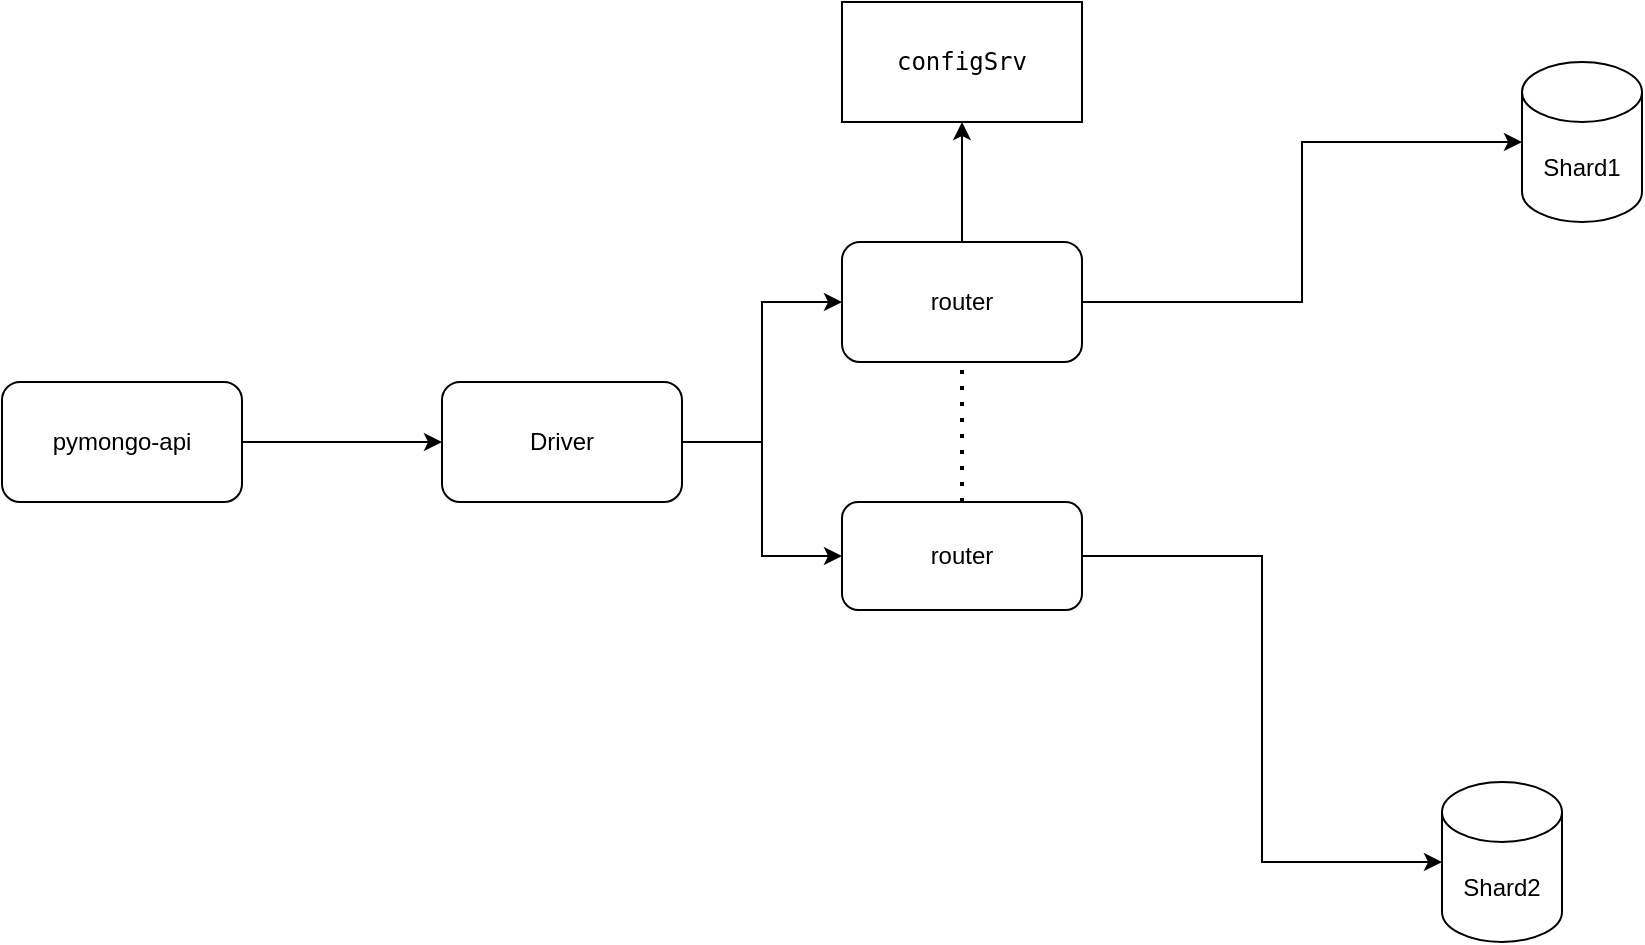
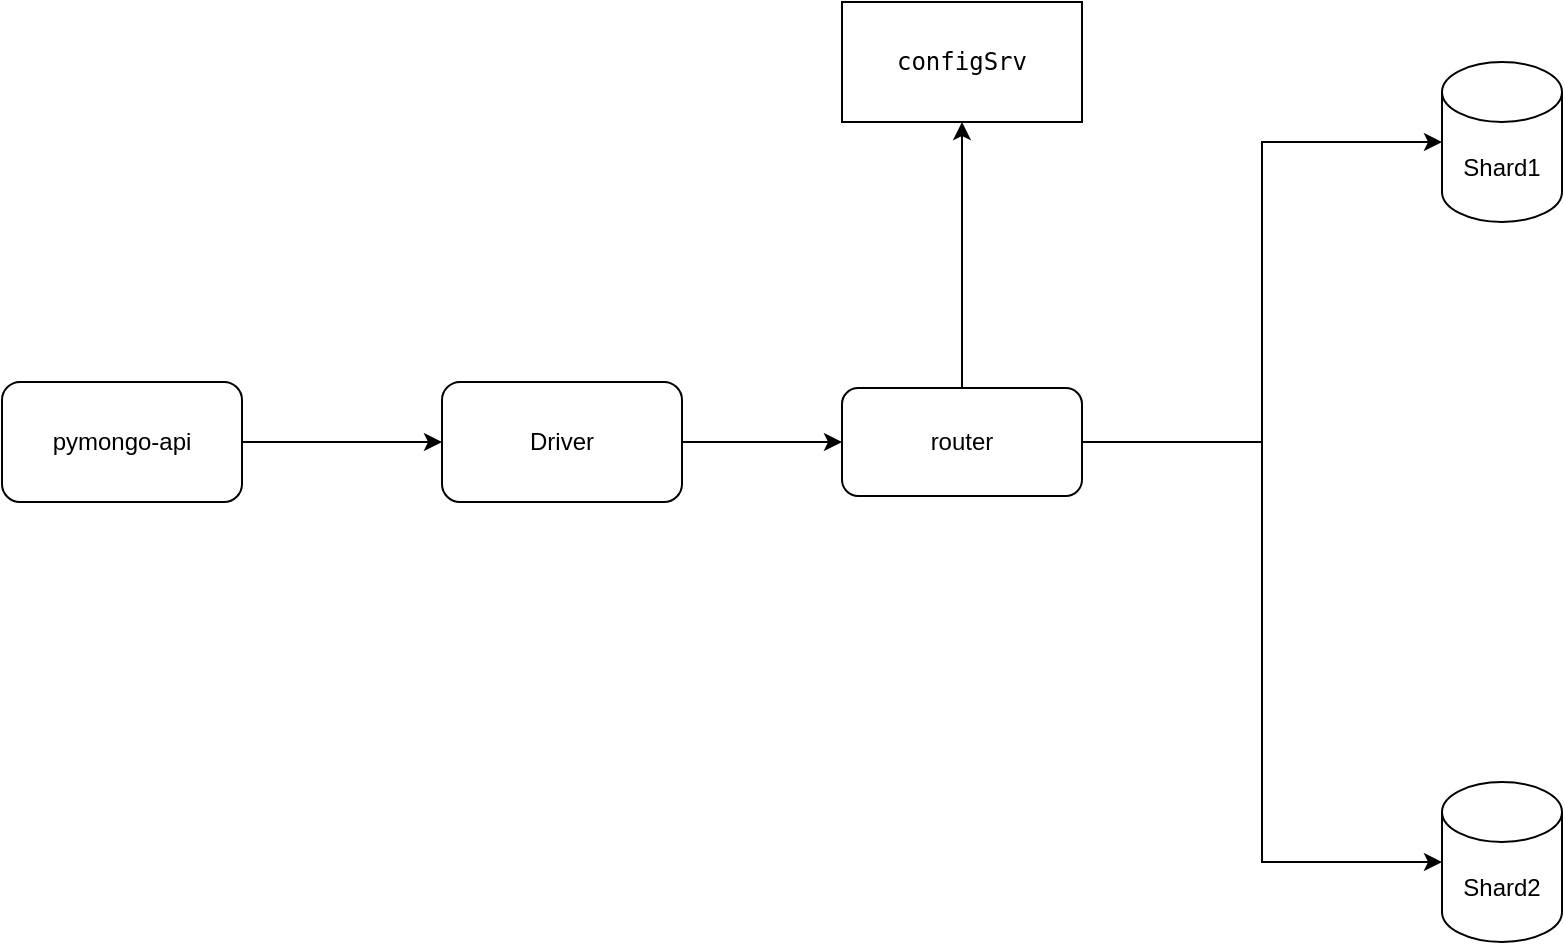
<mxfile host="Electron" agent="Mozilla/5.0 (X11; Linux x86_64) AppleWebKit/537.36 (KHTML, like Gecko) draw.io/28.2.5 Chrome/138.0.7204.251 Electron/37.6.1 Safari/537.36" version="28.2.5">
  <diagram name="Page-1" id="-H_mtQnk-PTXWXPvYvuk">
-     <mxGraphModel dx="2037" dy="1250" grid="1" gridSize="10" guides="1" tooltips="1" connect="1" arrows="1" fold="1" page="1" pageScale="1" pageWidth="1169" pageHeight="827" math="0" shadow="0">
+     <mxGraphModel dx="1354" dy="848" grid="1" gridSize="10" guides="1" tooltips="1" connect="1" arrows="1" fold="1" page="1" pageScale="1" pageWidth="1169" pageHeight="827" math="0" shadow="0">
      <root>
        <mxCell id="0" />
        <mxCell id="1" parent="0" />
        <mxCell id="ZB7VNEWGFP98y9bVsXXo-31" value="pymongo-api" style="rounded=1;whiteSpace=wrap;html=1;" parent="1" vertex="1">
          <mxGeometry x="600" y="750" width="120" height="60" as="geometry" />
        </mxCell>
        <mxCell id="ZB7VNEWGFP98y9bVsXXo-32" style="edgeStyle=orthogonalEdgeStyle;rounded=0;orthogonalLoop=1;jettySize=auto;html=1;exitX=1;exitY=0.5;exitDx=0;exitDy=0;entryX=0;entryY=0.5;entryDx=0;entryDy=0;" parent="1" source="ZB7VNEWGFP98y9bVsXXo-31" target="ZB7VNEWGFP98y9bVsXXo-35" edge="1">
          <mxGeometry relative="1" as="geometry">
            <mxPoint x="810" y="790" as="targetPoint" />
          </mxGeometry>
        </mxCell>
        <mxCell id="ZB7VNEWGFP98y9bVsXXo-33" value="&lt;code class=&quot;code-inline code-inline_theme_light&quot;&gt;configSrv&lt;/code&gt;" style="rounded=0;whiteSpace=wrap;html=1;" parent="1" vertex="1">
          <mxGeometry x="1020" y="560" width="120" height="60" as="geometry" />
        </mxCell>
        <mxCell id="ZB7VNEWGFP98y9bVsXXo-34" value="" style="edgeStyle=orthogonalEdgeStyle;rounded=0;orthogonalLoop=1;jettySize=auto;html=1;" parent="1" source="ZB7VNEWGFP98y9bVsXXo-35" target="ZB7VNEWGFP98y9bVsXXo-40" edge="1">
          <mxGeometry relative="1" as="geometry" />
        </mxCell>
        <mxCell id="ZB7VNEWGFP98y9bVsXXo-35" value="Driver" style="rounded=1;whiteSpace=wrap;html=1;" parent="1" vertex="1">
          <mxGeometry x="820" y="750" width="120" height="60" as="geometry" />
        </mxCell>
-         <mxCell id="ZB7VNEWGFP98y9bVsXXo-36" value="" style="edgeStyle=orthogonalEdgeStyle;rounded=0;orthogonalLoop=1;jettySize=auto;html=1;entryX=0;entryY=0.5;entryDx=0;entryDy=0;entryPerimeter=0;" parent="1" source="ZB7VNEWGFP98y9bVsXXo-38" target="ZB7VNEWGFP98y9bVsXXo-57" edge="1">
+         <mxCell id="ZB7VNEWGFP98y9bVsXXo-36" value="" style="edgeStyle=orthogonalEdgeStyle;rounded=0;orthogonalLoop=1;jettySize=auto;html=1;entryX=0;entryY=0.5;entryDx=0;entryDy=0;entryPerimeter=0;exitX=1;exitY=0.5;exitDx=0;exitDy=0;" parent="1" source="ZB7VNEWGFP98y9bVsXXo-40" target="ZB7VNEWGFP98y9bVsXXo-57" edge="1">
          <mxGeometry relative="1" as="geometry">
            <mxPoint x="1270" y="650.9000000000001" as="targetPoint" />
+             <mxPoint x="1140" y="710" as="sourcePoint" />
          </mxGeometry>
        </mxCell>
-         <mxCell id="ZB7VNEWGFP98y9bVsXXo-37" value="" style="edgeStyle=orthogonalEdgeStyle;rounded=0;orthogonalLoop=1;jettySize=auto;html=1;" parent="1" source="ZB7VNEWGFP98y9bVsXXo-38" target="ZB7VNEWGFP98y9bVsXXo-33" edge="1">
-           <mxGeometry relative="1" as="geometry" />
-         </mxCell>
-         <mxCell id="ZB7VNEWGFP98y9bVsXXo-38" value="router" style="rounded=1;whiteSpace=wrap;html=1;" parent="1" vertex="1">
-           <mxGeometry x="1020" y="680" width="120" height="60" as="geometry" />
+         <mxCell id="ZB7VNEWGFP98y9bVsXXo-37" value="" style="edgeStyle=orthogonalEdgeStyle;rounded=0;orthogonalLoop=1;jettySize=auto;html=1;exitX=0.5;exitY=0;exitDx=0;exitDy=0;" parent="1" source="ZB7VNEWGFP98y9bVsXXo-40" target="ZB7VNEWGFP98y9bVsXXo-33" edge="1">
+           <mxGeometry relative="1" as="geometry">
+             <mxPoint x="1080" y="680" as="sourcePoint" />
+           </mxGeometry>
        </mxCell>
        <mxCell id="ZB7VNEWGFP98y9bVsXXo-39" style="edgeStyle=orthogonalEdgeStyle;rounded=0;orthogonalLoop=1;jettySize=auto;html=1;exitX=1;exitY=0.5;exitDx=0;exitDy=0;entryX=0;entryY=0.5;entryDx=0;entryDy=0;entryPerimeter=0;" parent="1" source="ZB7VNEWGFP98y9bVsXXo-40" target="ZB7VNEWGFP98y9bVsXXo-58" edge="1">
          <mxGeometry relative="1" as="geometry">
            <mxPoint x="1270" y="990" as="targetPoint" />
+             <Array as="points">
+               <mxPoint x="1230" y="780" />
+               <mxPoint x="1230" y="990" />
+             </Array>
          </mxGeometry>
        </mxCell>
        <mxCell id="ZB7VNEWGFP98y9bVsXXo-40" value="router" style="rounded=1;whiteSpace=wrap;html=1;" parent="1" vertex="1">
-           <mxGeometry x="1020" y="810" width="120" height="54" as="geometry" />
-         </mxCell>
-         <mxCell id="ZB7VNEWGFP98y9bVsXXo-41" value="" style="endArrow=classic;html=1;rounded=0;entryX=0;entryY=0.5;entryDx=0;entryDy=0;" parent="1" target="ZB7VNEWGFP98y9bVsXXo-38" edge="1">
-           <mxGeometry width="50" height="50" relative="1" as="geometry">
-             <mxPoint x="980" y="780" as="sourcePoint" />
-             <mxPoint x="980" y="710" as="targetPoint" />
-             <Array as="points">
-               <mxPoint x="980" y="710" />
-             </Array>
-           </mxGeometry>
-         </mxCell>
-         <mxCell id="ZB7VNEWGFP98y9bVsXXo-42" value="" style="endArrow=none;dashed=1;html=1;dashPattern=1 3;strokeWidth=2;rounded=0;entryX=0.5;entryY=1;entryDx=0;entryDy=0;exitX=0.5;exitY=0;exitDx=0;exitDy=0;" parent="1" source="ZB7VNEWGFP98y9bVsXXo-40" target="ZB7VNEWGFP98y9bVsXXo-38" edge="1">
-           <mxGeometry width="50" height="50" relative="1" as="geometry">
-             <mxPoint x="940" y="830" as="sourcePoint" />
-             <mxPoint x="990" y="780" as="targetPoint" />
-           </mxGeometry>
+           <mxGeometry x="1020" y="753" width="120" height="54" as="geometry" />
        </mxCell>
        <mxCell id="ZB7VNEWGFP98y9bVsXXo-57" value="&lt;span style=&quot;text-wrap-mode: nowrap;&quot;&gt;Shard1&lt;/span&gt;" style="shape=cylinder3;whiteSpace=wrap;html=1;boundedLbl=1;backgroundOutline=1;size=15;" parent="1" vertex="1">
-           <mxGeometry x="1360" y="590" width="60" height="80" as="geometry" />
+           <mxGeometry x="1320" y="590" width="60" height="80" as="geometry" />
        </mxCell>
        <mxCell id="ZB7VNEWGFP98y9bVsXXo-58" value="&lt;span style=&quot;text-wrap-mode: nowrap;&quot;&gt;Shard2&lt;/span&gt;" style="shape=cylinder3;whiteSpace=wrap;html=1;boundedLbl=1;backgroundOutline=1;size=15;" parent="1" vertex="1">
          <mxGeometry x="1320" y="950" width="60" height="80" as="geometry" />
        </mxCell>
      </root>
    </mxGraphModel>
  </diagram>
</mxfile>
